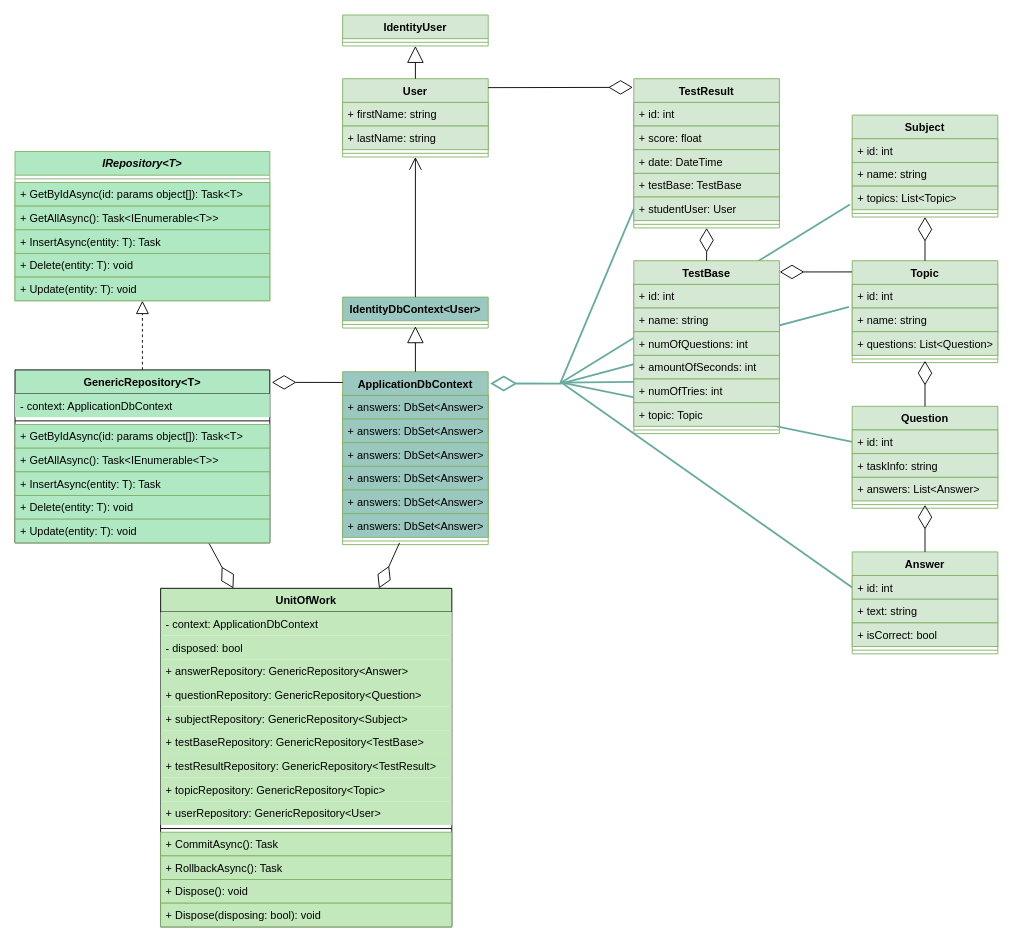
This is page "Data" (1 of 2) of UML/ForceTesting_Class.drawio from F0rsV/ForceTestingService, a draw.io file, before an edit. Source tidied: cells renumbered, new cells numbered last; positions are measured from the earlier drawing's top-left corner, leaving out a move shared by most shapes. Both pictures are drawn from the tidied source at 91%, with x=0, y=0 at pixel (15, 15).
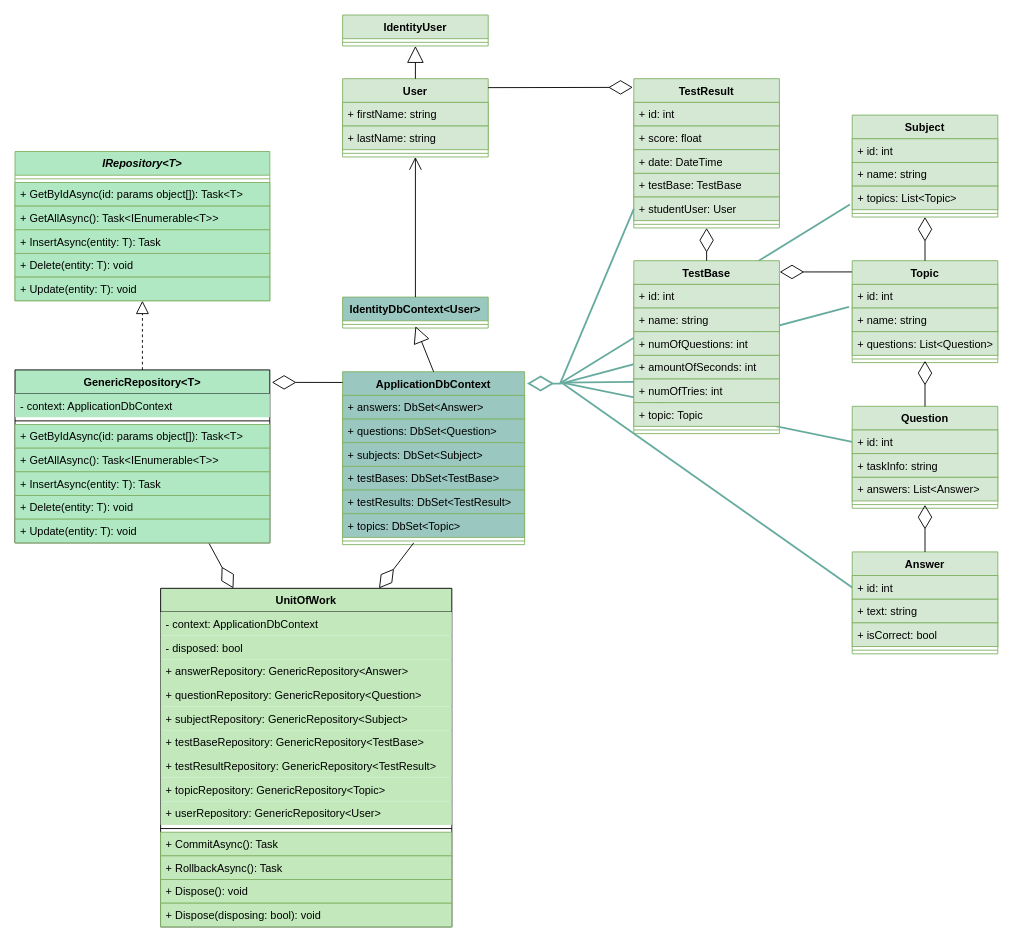
The same page after the edit.

Commit message:
Update class diagram

Change to the diagram source:
```diff
@@
     <mxCell id="56" value="ApplicationDbContext" style="swimlane;fontStyle=1;align=center;verticalAlign=top;horizontal=1;startSize=26;strokeColor=#82b366;fillColor=#9AC7BF;" parent="1" vertex="1">
-      <mxGeometry x="360" y="392" width="160" height="190" as="geometry" />
+      <mxGeometry x="360" y="392" width="200" height="190" as="geometry" />
     </mxCell>
     <mxCell id="57" value="+ answers: DbSet&lt;Answer&gt;" style="text;strokeColor=#82b366;align=left;verticalAlign=top;spacingLeft=4;spacingRight=4;overflow=hidden;fillColor=#9AC7BF;" parent="56" vertex="1">
-      <mxGeometry y="26" width="160" height="26" as="geometry" />
+      <mxGeometry y="26" width="200" height="26" as="geometry" />
     </mxCell>
-    <mxCell id="58" value="+ answers: DbSet&lt;Answer&gt;" style="text;strokeColor=#82b366;align=left;verticalAlign=top;spacingLeft=4;spacingRight=4;overflow=hidden;fillColor=#9AC7BF;" parent="56" vertex="1">
-      <mxGeometry y="52" width="160" height="26" as="geometry" />
+    <mxCell id="58" value="+ questions: DbSet&lt;Question&gt;" style="text;strokeColor=#82b366;align=left;verticalAlign=top;spacingLeft=4;spacingRight=4;overflow=hidden;fillColor=#9AC7BF;" parent="56" vertex="1">
+      <mxGeometry y="52" width="200" height="26" as="geometry" />
     </mxCell>
-    <mxCell id="59" value="+ answers: DbSet&lt;Answer&gt;" style="text;strokeColor=#82b366;align=left;verticalAlign=top;spacingLeft=4;spacingRight=4;overflow=hidden;fillColor=#9AC7BF;" parent="56" vertex="1">
-      <mxGeometry y="78" width="160" height="26" as="geometry" />
+    <mxCell id="59" value="+ subjects: DbSet&lt;Subject&gt;" style="text;strokeColor=#82b366;align=left;verticalAlign=top;spacingLeft=4;spacingRight=4;overflow=hidden;fillColor=#9AC7BF;" parent="56" vertex="1">
+      <mxGeometry y="78" width="200" height="26" as="geometry" />
     </mxCell>
-    <mxCell id="60" value="+ answers: DbSet&lt;Answer&gt;" style="text;strokeColor=#82b366;align=left;verticalAlign=top;spacingLeft=4;spacingRight=4;overflow=hidden;fillColor=#9AC7BF;" parent="56" vertex="1">
-      <mxGeometry y="104" width="160" height="26" as="geometry" />
+    <mxCell id="60" value="+ testBases: DbSet&lt;TestBase&gt;" style="text;strokeColor=#82b366;align=left;verticalAlign=top;spacingLeft=4;spacingRight=4;overflow=hidden;fillColor=#9AC7BF;" parent="56" vertex="1">
+      <mxGeometry y="104" width="200" height="26" as="geometry" />
     </mxCell>
-    <mxCell id="61" value="+ answers: DbSet&lt;Answer&gt;" style="text;strokeColor=#82b366;align=left;verticalAlign=top;spacingLeft=4;spacingRight=4;overflow=hidden;fillColor=#9AC7BF;" parent="56" vertex="1">
-      <mxGeometry y="130" width="160" height="26" as="geometry" />
+    <mxCell id="61" value="+ testResults: DbSet&lt;TestResult&gt;" style="text;strokeColor=#82b366;align=left;verticalAlign=top;spacingLeft=4;spacingRight=4;overflow=hidden;fillColor=#9AC7BF;" parent="56" vertex="1">
+      <mxGeometry y="130" width="200" height="26" as="geometry" />
     </mxCell>
-    <mxCell id="62" value="+ answers: DbSet&lt;Answer&gt;" style="text;strokeColor=#82b366;align=left;verticalAlign=top;spacingLeft=4;spacingRight=4;overflow=hidden;fillColor=#9AC7BF;" parent="56" vertex="1">
-      <mxGeometry y="156" width="160" height="26" as="geometry" />
+    <mxCell id="62" value="+ topics: DbSet&lt;Topic&gt;" style="text;strokeColor=#82b366;align=left;verticalAlign=top;spacingLeft=4;spacingRight=4;overflow=hidden;fillColor=#9AC7BF;" parent="56" vertex="1">
+      <mxGeometry y="156" width="200" height="26" as="geometry" />
     </mxCell>
     <mxCell id="63" style="line;strokeWidth=1;align=left;verticalAlign=middle;spacingTop=-1;spacingLeft=3;spacingRight=3;labelPosition=right;points=[];portConstraint=eastwest;strokeColor=#82b366;fillColor=#9AC7BF;" parent="56" vertex="1">
-      <mxGeometry y="182" width="160" height="8" as="geometry" />
+      <mxGeometry y="182" width="200" height="8" as="geometry" />
     </mxCell>
```
